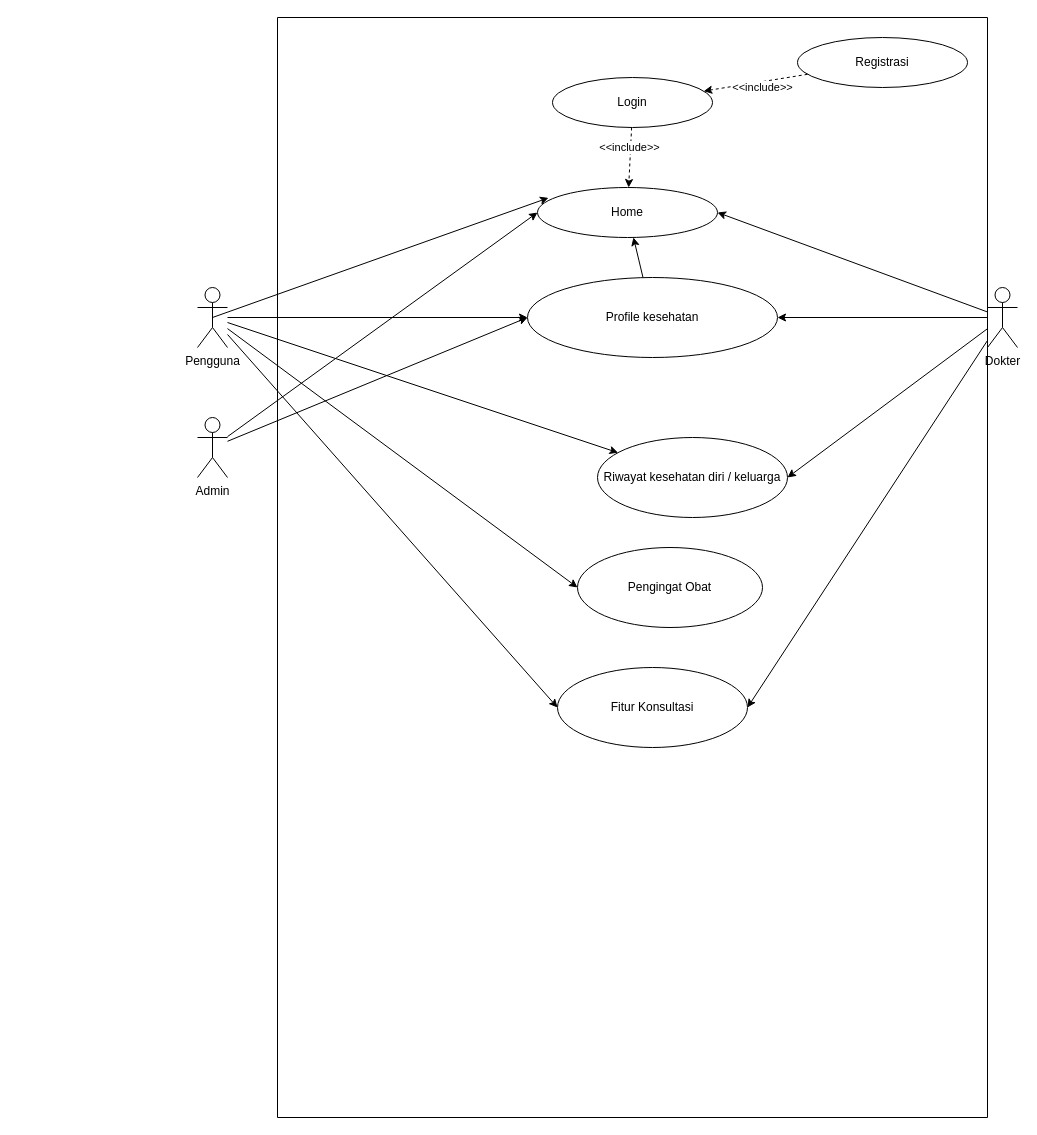
Earlier version of the draw.io diagram diagram usecase careconnect.drawio (Arya-f4/drawdiagram). Source tidied: cells renumbered, new cells numbered last; positions are measured from the earlier drawing's top-left corner, leaving out a move shared by most shapes. Both pictures are drawn from the tidied source at 100%, with x=0, y=0 at pixel (197, 17).
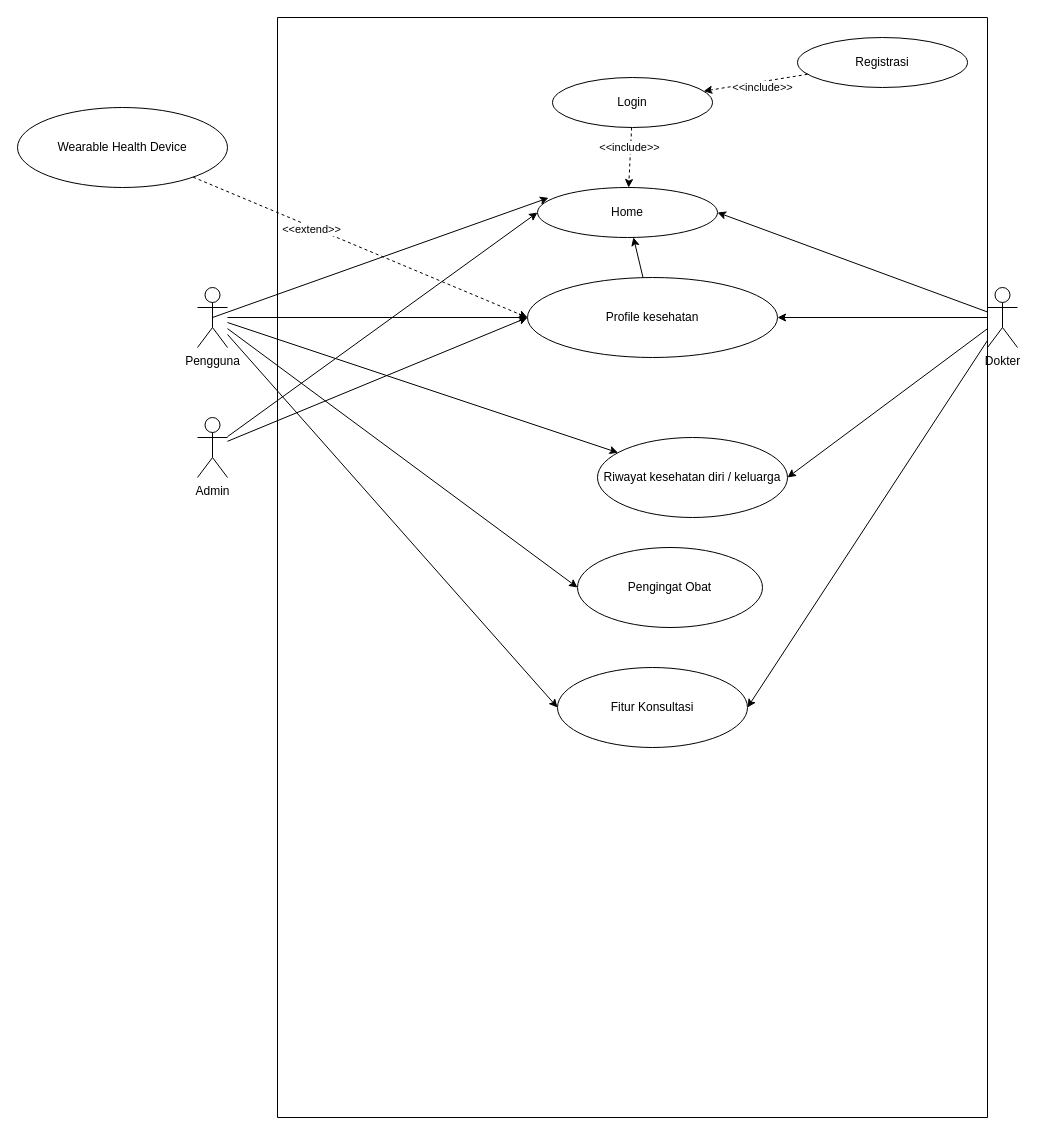
The same page after the edit.

Unchanged cells that the change refers to:
```xml
<mxCell id="21" value="Profile kesehatan" style="ellipse;whiteSpace=wrap;html=1;" parent="15" vertex="1">
  <mxGeometry x="250" y="260" width="250" height="80" as="geometry" />
</mxCell>
```

What changed in the source:
```diff
@@
+    <mxCell id="29" style="rounded=0;jettySize=auto;html=1;entryX=0;entryY=0.5;entryDx=0;entryDy=0;dashed=1;" parent="1" edge="1" source="31" target="21">
+      <mxGeometry relative="1" as="geometry" />
+    </mxCell>
+    <mxCell id="30" value="&amp;lt;&amp;lt;extend&amp;gt;&amp;gt;" style="edgeLabel;html=1;align=center;verticalAlign=middle;" parent="29" vertex="1">
+      <mxGeometry x="-0.29" y="-2" relative="1" as="geometry" />
+    </mxCell>
+    <mxCell id="31" value="Wearable Health Device" style="ellipse;whiteSpace=wrap;html=1;" parent="1" vertex="1">
+      <mxGeometry x="-180" y="90" width="210" height="80" as="geometry" />
+    </mxCell>
```
